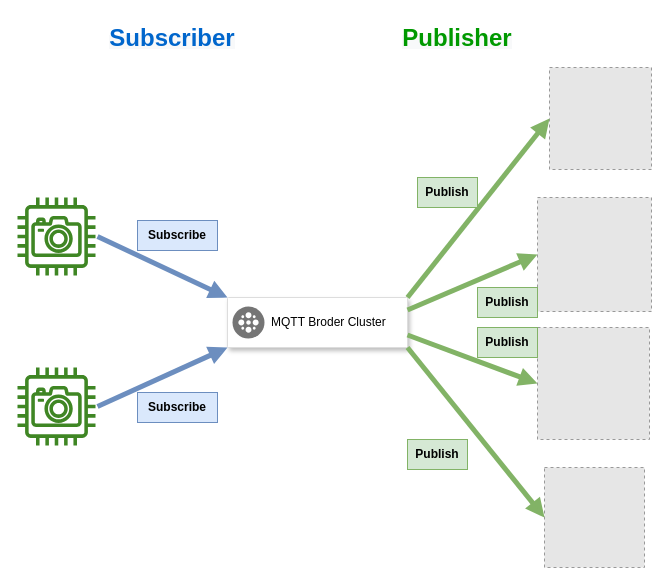
Above: IPCamera_MQTT_Local.drawio in sun873087/drawio (draw.io), before the change. Source tidied: cells renumbered, new cells numbered last; positions are measured from the earlier drawing's top-left corner, leaving out a move shared by most shapes. Both pictures are drawn from the tidied source at 100%, with x=0, y=0 at pixel (17, 17). Pictures stored in the file or linked from it are replaced by grey dashed boxes.
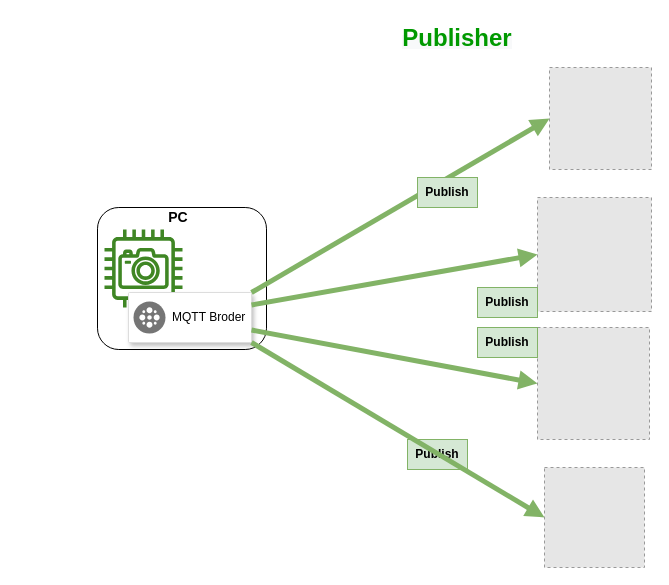
The same page after the edit.

Diff of the diagram source:
```diff
@@
-    <mxCell id="2" style="sketch=0;outlineConnect=0;fontColor=#232F3E;gradientColor=none;fillColor=#3F8624;strokeColor=none;dashed=0;verticalLabelPosition=bottom;verticalAlign=top;align=center;html=1;fontSize=12;fontStyle=0;shape=mxgraph.aws4.camera;" parent="1" vertex="1">
-      <mxGeometry y="180" width="78" height="78" as="geometry" />
-    </mxCell>
+    <mxCell id="24" style="rounded=1;whiteSpace=wrap;html=1;" parent="1" vertex="1">
+      <mxGeometry x="80" y="190" width="169" height="142" as="geometry" />
+    </mxCell>
     <mxCell id="3" style="sketch=0;fontColor=#232F3E;gradientColor=none;fillColor=#3F8624;strokeColor=none;dashed=0;verticalLabelPosition=bottom;verticalAlign=top;align=center;html=1;fontSize=12;fontStyle=0;shape=mxgraph.aws4.camera;" parent="1" vertex="1">
-      <mxGeometry y="350" width="78" height="78" as="geometry" />
+      <mxGeometry x="87" y="212" width="78" height="78" as="geometry" />
     </mxCell>
     <mxCell id="4" style="strokeColor=#dddddd;shadow=1;strokeWidth=1;rounded=1;absoluteArcSize=1;arcSize=2;" parent="1" vertex="1">
-      <mxGeometry x="210" y="280" width="180" height="50" as="geometry" />
+      <mxGeometry x="111" y="275" width="123" height="50" as="geometry" />
     </mxCell>
-    <mxCell id="5" value="&lt;div style=&quot;text-align: center;&quot;&gt;&lt;span style=&quot;background-color: initial;&quot;&gt;MQTT&amp;nbsp;&lt;/span&gt;&lt;span style=&quot;background-color: initial;&quot;&gt;Broder&amp;nbsp;&lt;/span&gt;&lt;span style=&quot;background-color: initial;&quot;&gt;Cluster&lt;/span&gt;&lt;/div&gt;" style="sketch=0;dashed=0;html=1;fillColor=#757575;strokeColor=none;shape=mxgraph.gcp2.cluster;labelPosition=right;verticalLabelPosition=middle;align=left;verticalAlign=middle;spacingLeft=5;fontSize=12;" parent="4" vertex="1">
+    <mxCell id="5" value="&lt;div style=&quot;text-align: center;&quot;&gt;&lt;span style=&quot;background-color: initial;&quot;&gt;MQTT&amp;nbsp;&lt;/span&gt;&lt;span style=&quot;background-color: initial;&quot;&gt;Broder&lt;/span&gt;&lt;/div&gt;" style="sketch=0;dashed=0;html=1;fillColor=#757575;strokeColor=none;shape=mxgraph.gcp2.cluster;labelPosition=right;verticalLabelPosition=middle;align=left;verticalAlign=middle;spacingLeft=5;fontSize=12;" parent="4" vertex="1">
       <mxGeometry y="0.5" width="32" height="32" relative="1" as="geometry">
         <mxPoint x="5" y="-16" as="offset" />
       </mxGeometry>
     </mxCell>
@@
-    <mxCell id="10" style="endArrow=block;html=1;rounded=0;entryX=0;entryY=0;entryDx=0;entryDy=0;strokeWidth=5;fillColor=#dae8fc;strokeColor=#6c8ebf;exitX=1.026;exitY=0.5;exitDx=0;exitDy=0;exitPerimeter=0;endFill=1;" parent="1" edge="1" source="2" target="4">
-      <mxGeometry relative="1" as="geometry" />
-    </mxCell>
-    <mxCell id="11" style="endArrow=block;html=1;rounded=0;entryX=0;entryY=1;entryDx=0;entryDy=0;strokeWidth=5;fillColor=#dae8fc;strokeColor=#6c8ebf;endFill=1;" parent="1" edge="1" target="4">
-      <mxGeometry relative="1" as="geometry">
-        <mxPoint x="80" y="389" as="sourcePoint" />
-      </mxGeometry>
-    </mxCell>
-    <mxCell id="12" value="&lt;b&gt;Subscribe&lt;/b&gt;" style="text;html=1;strokeColor=#6c8ebf;fillColor=#dae8fc;align=center;verticalAlign=middle;whiteSpace=wrap;rounded=0;" parent="1" vertex="1">
-      <mxGeometry x="120" y="203" width="80" height="30" as="geometry" />
-    </mxCell>
@@
-    <mxCell id="14" value="&lt;b style=&quot;font-family: Helvetica; font-style: normal; font-variant-ligatures: normal; font-variant-caps: normal; letter-spacing: normal; orphans: 2; text-indent: 0px; text-transform: none; widows: 2; word-spacing: 0px; -webkit-text-stroke-width: 0px; background-color: rgb(248, 249, 250); text-decoration-thickness: initial; text-decoration-style: initial; text-decoration-color: initial;&quot;&gt;&lt;font color=&quot;#0066cc&quot; style=&quot;font-size: 24px;&quot;&gt;Subscriber&lt;/font&gt;&lt;/b&gt;" style="text;whiteSpace=wrap;html=1;align=center;" parent="1" vertex="1">
-      <mxGeometry x="110" width="90" height="30" as="geometry" />
-    </mxCell>
-    <mxCell id="15" value="&lt;b&gt;Subscribe&lt;/b&gt;" style="text;html=1;strokeColor=#6c8ebf;fillColor=#dae8fc;align=center;verticalAlign=middle;whiteSpace=wrap;rounded=0;" parent="1" vertex="1">
-      <mxGeometry x="120" y="375" width="80" height="30" as="geometry" />
-    </mxCell>
@@
+    <mxCell id="25" value="&lt;b&gt;&lt;font style=&quot;font-size: 14px;&quot;&gt;PC&lt;/font&gt;&lt;/b&gt;" style="text;html=1;strokeColor=none;fillColor=none;align=center;verticalAlign=middle;whiteSpace=wrap;rounded=0;" parent="1" vertex="1">
+      <mxGeometry x="131" y="185" width="60" height="30" as="geometry" />
+    </mxCell>
```
